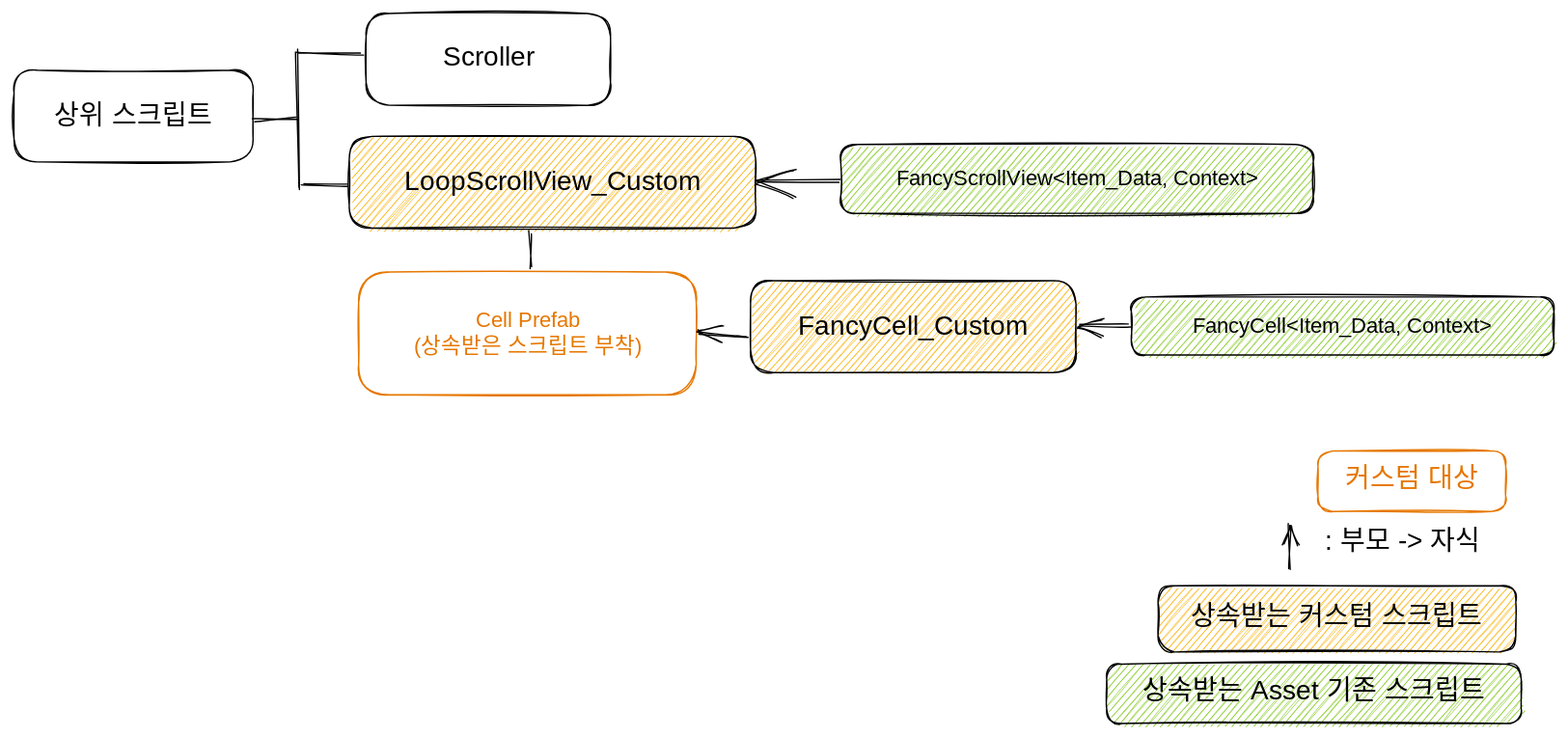
The Excalidraw diagram .gitbook/assets/file.excalidraw (1).svg in HancomFrontisClientTeam/gitbook, before a commit. Source tidied: one line per element, renumbered; positions are measured from the earlier drawing's top-left corner, leaving out a move shared by most shapes.
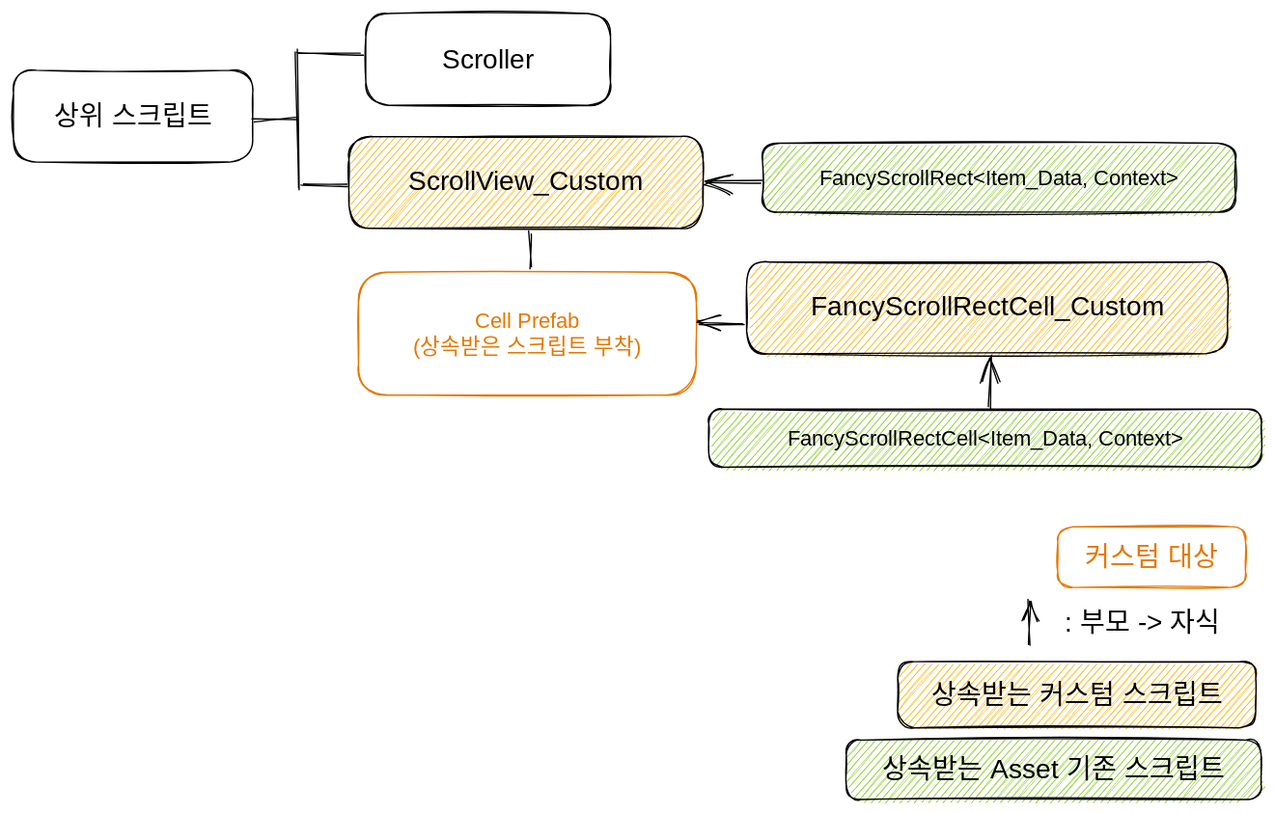
Later version of the same file.

Diff of the diagram source:
```diff
@@ -1,30 +1,30 @@
-{"id": 0, "type": "rectangle", "strokeColor": "#e67700", "strokeWidth": 1, "roughness": 1, "round": true, "x": 966, "y": 324, "width": 139, "height": 45}
+{"id": 0, "type": "rectangle", "strokeColor": "#e67700", "strokeWidth": 1, "roughness": 1, "round": true, "x": 773, "y": 380, "width": 139, "height": 45}
 {"id": 1, "type": "rectangle", "strokeColor": "#000000", "strokeWidth": 1, "roughness": 1, "round": true, "x": 261, "y": 0, "width": 181, "height": 68}
 {"id": 2, "type": "rectangle", "strokeColor": "#000000", "strokeWidth": 1, "roughness": 1, "round": true, "x": 0, "y": 42, "width": 177, "height": 68}
 {"id": 3, "type": "rectangle", "strokeColor": "#e67700", "strokeWidth": 1, "roughness": 1, "round": true, "x": 255, "y": 192, "width": 250, "height": 91}
-{"id": 4, "type": "rectangle", "strokeColor": "#000000", "backgroundColor": "#82c91e", "fillStyle": "hachure", "strokeWidth": 1, "roughness": 1, "round": true, "x": 828, "y": 210, "width": 313, "height": 43}
+{"id": 4, "type": "rectangle", "strokeColor": "#000000", "backgroundColor": "#82c91e", "fillStyle": "hachure", "strokeWidth": 1, "roughness": 1, "round": true, "x": 514, "y": 293, "width": 409, "height": 43}
-{"id": 5, "type": "rectangle", "strokeColor": "#000000", "backgroundColor": "#fab005", "fillStyle": "hachure", "strokeWidth": 1, "roughness": 1, "round": true, "x": 248, "y": 91, "width": 301, "height": 68}
+{"id": 5, "type": "rectangle", "strokeColor": "#000000", "backgroundColor": "#fab005", "fillStyle": "hachure", "strokeWidth": 1, "roughness": 1, "round": true, "x": 248, "y": 91, "width": 262, "height": 68}
-{"id": 6, "type": "rectangle", "strokeColor": "#000000", "backgroundColor": "#fab005", "fillStyle": "hachure", "strokeWidth": 1, "roughness": 1, "round": true, "x": 546, "y": 198, "width": 241, "height": 68}
+{"id": 6, "type": "rectangle", "strokeColor": "#000000", "backgroundColor": "#fab005", "fillStyle": "hachure", "strokeWidth": 1, "roughness": 1, "round": true, "x": 542, "y": 184, "width": 356, "height": 68}
-{"id": 7, "type": "rectangle", "strokeColor": "#000000", "backgroundColor": "#82c91e", "fillStyle": "hachure", "strokeWidth": 1, "roughness": 1, "round": true, "x": 612, "y": 97, "width": 350, "height": 51}
+{"id": 7, "type": "rectangle", "strokeColor": "#000000", "backgroundColor": "#82c91e", "fillStyle": "hachure", "strokeWidth": 1, "roughness": 1, "round": true, "x": 554, "y": 96, "width": 350, "height": 51}
-{"id": 8, "type": "rectangle", "strokeColor": "#000000", "backgroundColor": "#82c91e", "fillStyle": "hachure", "strokeWidth": 1, "roughness": 1, "round": true, "x": 809, "y": 482, "width": 307, "height": 44}
+{"id": 8, "type": "rectangle", "strokeColor": "#000000", "backgroundColor": "#82c91e", "fillStyle": "hachure", "strokeWidth": 1, "roughness": 1, "round": true, "x": 616, "y": 538, "width": 307, "height": 44}
-{"id": 9, "type": "text", "text": "커스텀 대상", "strokeColor": "#e67700", "strokeWidth": 1, "roughness": 1, "fontSize": 20, "fontFamily": 3, "textAlign": "center", "verticalAlign": "middle", "inside": 0, "x": 979, "y": 333, "width": 112, "height": 27}
+{"id": 9, "type": "text", "text": "커스텀 대상", "strokeColor": "#e67700", "strokeWidth": 1, "roughness": 1, "fontSize": 20, "fontFamily": 3, "textAlign": "center", "verticalAlign": "middle", "inside": 0, "x": 785, "y": 389, "width": 114, "height": 27}
-{"id": 10, "type": "text", "text": "Scroller", "strokeColor": "#000000", "strokeWidth": 1, "roughness": 1, "fontSize": 20, "fontFamily": 3, "textAlign": "center", "verticalAlign": "middle", "inside": 1, "x": 304, "y": 20, "width": 94, "height": 27}
+{"id": 10, "type": "text", "text": "Scroller", "strokeColor": "#000000", "strokeWidth": 1, "roughness": 1, "fontSize": 20, "fontFamily": 3, "textAlign": "center", "verticalAlign": "middle", "inside": 1, "x": 303, "y": 20, "width": 96, "height": 27}
-{"id": 11, "type": "text", "text": "상위 스크립트", "strokeColor": "#000000", "strokeWidth": 1, "roughness": 1, "fontSize": 20, "fontFamily": 3, "textAlign": "center", "verticalAlign": "middle", "inside": 2, "x": 23, "y": 64, "width": 132, "height": 24}
+{"id": 11, "type": "text", "text": "상위 스크립트", "strokeColor": "#000000", "strokeWidth": 1, "roughness": 1, "fontSize": 20, "fontFamily": 3, "textAlign": "center", "verticalAlign": "middle", "inside": 2, "x": 22, "y": 64, "width": 134, "height": 24}
-{"id": 12, "type": "text", "text": "Cell Prefab\n(상속받은 스크립트 부착)", "strokeColor": "#e67700", "strokeWidth": 1, "roughness": 1, "fontSize": 16, "fontFamily": 3, "textAlign": "center", "verticalAlign": "middle", "inside": 3, "x": 282, "y": 218, "width": 198, "height": 38}
+{"id": 12, "type": "text", "text": "Cell Prefab\n(상속받은 스크립트 부착)", "strokeColor": "#e67700", "strokeWidth": 1, "roughness": 1, "fontSize": 16, "fontFamily": 3, "textAlign": "center", "verticalAlign": "middle", "inside": 3, "x": 280, "y": 218, "width": 200, "height": 38}
-{"id": 13, "type": "text", "text": "FancyCell<Item_Data, Context>", "strokeColor": "#000000", "strokeWidth": 1, "roughness": 1, "fontSize": 16, "fontFamily": 3, "textAlign": "center", "verticalAlign": "middle", "inside": 4, "x": 848, "y": 222, "width": 272, "height": 19}
+{"id": 13, "type": "text", "text": "FancyScrollRectCell<Item_Data, Context>", "strokeColor": "#000000", "strokeWidth": 1, "roughness": 1, "fontSize": 16, "fontFamily": 3, "textAlign": "center", "verticalAlign": "middle", "inside": 4, "x": 535, "y": 305, "width": 368, "height": 19}
-{"id": 14, "type": "text", "text": "LoopScrollView_Custom", "strokeColor": "#000000", "strokeWidth": 1, "roughness": 1, "fontSize": 20, "fontFamily": 3, "textAlign": "center", "verticalAlign": "middle", "inside": 5, "x": 276, "y": 113, "width": 246, "height": 24}
+{"id": 14, "type": "text", "text": "ScrollView_Custom", "strokeColor": "#000000", "strokeWidth": 1, "roughness": 1, "fontSize": 20, "fontFamily": 3, "textAlign": "center", "verticalAlign": "middle", "inside": 5, "x": 279, "y": 112, "width": 201, "height": 24}
-{"id": 15, "type": "text", "text": "FancyCell_Custom", "strokeColor": "#000000", "strokeWidth": 1, "roughness": 1, "fontSize": 20, "fontFamily": 3, "textAlign": "center", "verticalAlign": "middle", "inside": 6, "x": 572, "y": 220, "width": 188, "height": 24}
+{"id": 15, "type": "text", "text": "FancyScrollRectCell_Custom", "strokeColor": "#000000", "strokeWidth": 1, "roughness": 1, "fontSize": 20, "fontFamily": 3, "textAlign": "center", "verticalAlign": "middle", "inside": 6, "x": 567, "y": 204, "width": 307, "height": 24}
-{"id": 16, "type": "text", "text": "FancyScrollView<Item_Data, Context>", "strokeColor": "#000000", "strokeWidth": 1, "roughness": 1, "fontSize": 16, "fontFamily": 3, "textAlign": "center", "verticalAlign": "middle", "inside": 7, "x": 623, "y": 113, "width": 328, "height": 19}
+{"id": 16, "type": "text", "text": "FancyScrollRect<Item_Data, Context>", "strokeColor": "#000000", "strokeWidth": 1, "roughness": 1, "fontSize": 16, "fontFamily": 3, "textAlign": "center", "verticalAlign": "middle", "inside": 7, "x": 564, "y": 112, "width": 330, "height": 19}
-{"id": 17, "type": "text", "text": "상속받는 Asset 기존 스크립트", "strokeColor": "#000000", "strokeWidth": 1, "roughness": 1, "fontSize": 20, "fontFamily": 3, "textAlign": "center", "verticalAlign": "middle", "inside": 8, "x": 816, "y": 490, "width": 294, "height": 27}
+{"id": 17, "type": "text", "text": "상속받는 Asset 기존 스크립트", "strokeColor": "#000000", "strokeWidth": 1, "roughness": 1, "fontSize": 20, "fontFamily": 3, "textAlign": "center", "verticalAlign": "middle", "inside": 8, "x": 622, "y": 546, "width": 296, "height": 27}
-{"id": 18, "type": "rectangle", "strokeColor": "#000000", "backgroundColor": "#fab005", "fillStyle": "hachure", "strokeWidth": 1, "roughness": 1, "round": true, "x": 847, "y": 424, "width": 265, "height": 49}
+{"id": 18, "type": "rectangle", "strokeColor": "#000000", "backgroundColor": "#fab005", "fillStyle": "hachure", "strokeWidth": 1, "roughness": 1, "round": true, "x": 654, "y": 480, "width": 265, "height": 49}
-{"id": 19, "type": "text", "text": "상속받는 커스텀 스크립트", "strokeColor": "#000000", "strokeWidth": 1, "roughness": 1, "fontSize": 20, "fontFamily": 3, "textAlign": "center", "verticalAlign": "middle", "inside": 18, "x": 858, "y": 435, "width": 243, "height": 27}
+{"id": 19, "type": "text", "text": "상속받는 커스텀 스크립트", "strokeColor": "#000000", "strokeWidth": 1, "roughness": 1, "fontSize": 20, "fontFamily": 3, "textAlign": "center", "verticalAlign": "middle", "inside": 18, "x": 664, "y": 491, "width": 245, "height": 27}
-{"id": 20, "type": "arrow", "strokeColor": "#000000", "strokeWidth": 1, "roughness": 1, "endArrowhead": "arrow", "round": true, "from": 7, "to": 5, "x": 611, "y": 124, "width": 61, "height": 1, "points": [[0, 0], [-61, 1]]}
+{"id": 20, "type": "arrow", "strokeColor": "#000000", "strokeWidth": 1, "roughness": 1, "endArrowhead": "arrow", "round": true, "from": 7, "to": 5, "x": 553, "y": 125, "width": 41, "height": 0, "points": [[0, 0], [-41, 0]]}
 {"id": 21, "type": "line", "strokeColor": "#000000", "strokeWidth": 1, "roughness": 1, "round": true, "x": 210, "y": 28, "width": 47, "height": 1, "points": [[0, 0], [47, 1]]}
 {"id": 22, "type": "line", "strokeColor": "#000000", "strokeWidth": 1, "roughness": 1, "round": true, "x": 213, "y": 126, "width": 33, "height": 1, "points": [[0, 0], [33, 1]]}
 {"id": 23, "type": "line", "strokeColor": "#000000", "strokeWidth": 1, "roughness": 1, "round": true, "x": 177, "y": 78, "width": 33, "height": 1, "points": [[0, 0], [33, -1]]}
 {"id": 24, "type": "line", "strokeColor": "#000000", "strokeWidth": 1, "roughness": 1, "round": true, "x": 210, "y": 28, "width": 0, "height": 102, "points": [[0, 0], [0, 102]]}
 {"id": 25, "type": "line", "strokeColor": "#000000", "strokeWidth": 1, "roughness": 1, "round": true, "x": 382, "y": 162, "width": 2, "height": 26, "points": [[0, 0], [2, 26]]}
-{"id": 26, "type": "arrow", "strokeColor": "#000000", "strokeWidth": 1, "roughness": 1, "endArrowhead": "arrow", "round": true, "from": 6, "to": 3, "x": 544, "y": 239, "width": 36, "height": 2, "points": [[0, 0], [-36, -2]]}
+{"id": 26, "type": "arrow", "strokeColor": "#000000", "strokeWidth": 1, "roughness": 1, "endArrowhead": "arrow", "round": true, "from": 6, "to": 3, "x": 540, "y": 229, "width": 33, "height": 0, "points": [[0, 0], [-33, 0]]}
-{"id": 27, "type": "arrow", "strokeColor": "#000000", "backgroundColor": "#82c91e", "fillStyle": "hachure", "strokeWidth": 1, "roughness": 1, "endArrowhead": "arrow", "round": true, "from": 18, "x": 945, "y": 411, "width": 0, "height": 33, "points": [[0, 0], [0, -33]]}
+{"id": 27, "type": "arrow", "strokeColor": "#000000", "backgroundColor": "#82c91e", "fillStyle": "hachure", "strokeWidth": 1, "roughness": 1, "endArrowhead": "arrow", "round": true, "from": 18, "x": 752, "y": 467, "width": 0, "height": 33, "points": [[0, 0], [0, -33]]}
-{"id": 28, "type": "arrow", "strokeColor": "#000000", "backgroundColor": "#82c91e", "fillStyle": "hachure", "strokeWidth": 1, "roughness": 1, "endArrowhead": "arrow", "round": true, "from": 4, "to": 6, "x": 826, "y": 231, "width": 38, "height": 0, "points": [[0, 0], [-38, 0]]}
+{"id": 28, "type": "arrow", "strokeColor": "#000000", "backgroundColor": "#82c91e", "fillStyle": "hachure", "strokeWidth": 1, "roughness": 1, "endArrowhead": "arrow", "round": true, "from": 4, "to": 6, "x": 723, "y": 292, "width": 0, "height": 38, "points": [[0, 0], [0, -38]]}
-{"id": 29, "type": "text", "text": ": 부모 -> 자식", "strokeColor": "#000000", "strokeWidth": 1, "roughness": 1, "fontSize": 20, "fontFamily": 1, "x": 971, "y": 380, "width": 133, "height": 29}
+{"id": 29, "type": "text", "text": ": 부모 -> 자식", "strokeColor": "#000000", "strokeWidth": 1, "roughness": 1, "fontSize": 20, "fontFamily": 1, "x": 778, "y": 436, "width": 135, "height": 29}
```
